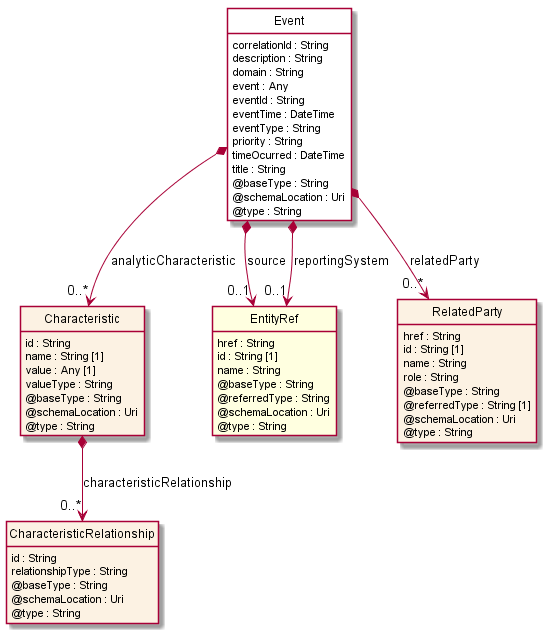
The PlantUML diagram apis/TMF688_Event/documentation/diagrams/Resource_Event.png in tmforum-apis/Open_Api_And_Data_Model, before a commit.
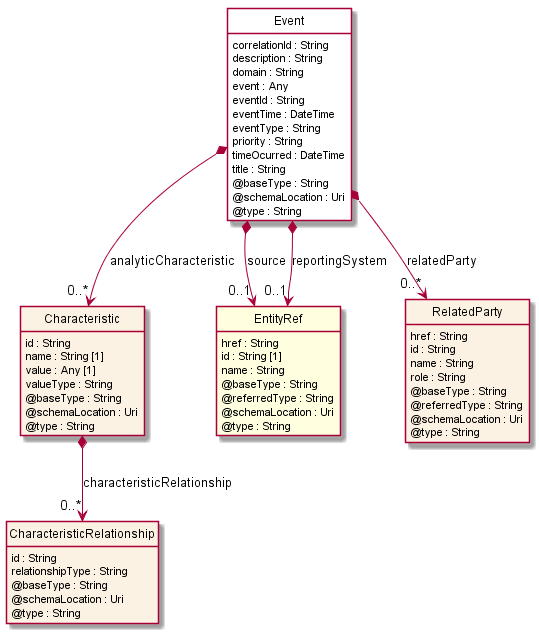
Above is the later version.

Diff of the diagram source:
```diff
@@ -56,11 +56,11 @@
 
 class RelatedParty  {
     href : String
-    id : String [1]
+    id : String
     name : String
     role : String
     @baseType : String
-    @referredType : String [1]
+    @referredType : String
     @schemaLocation : Uri
     @type : String
 }
```
